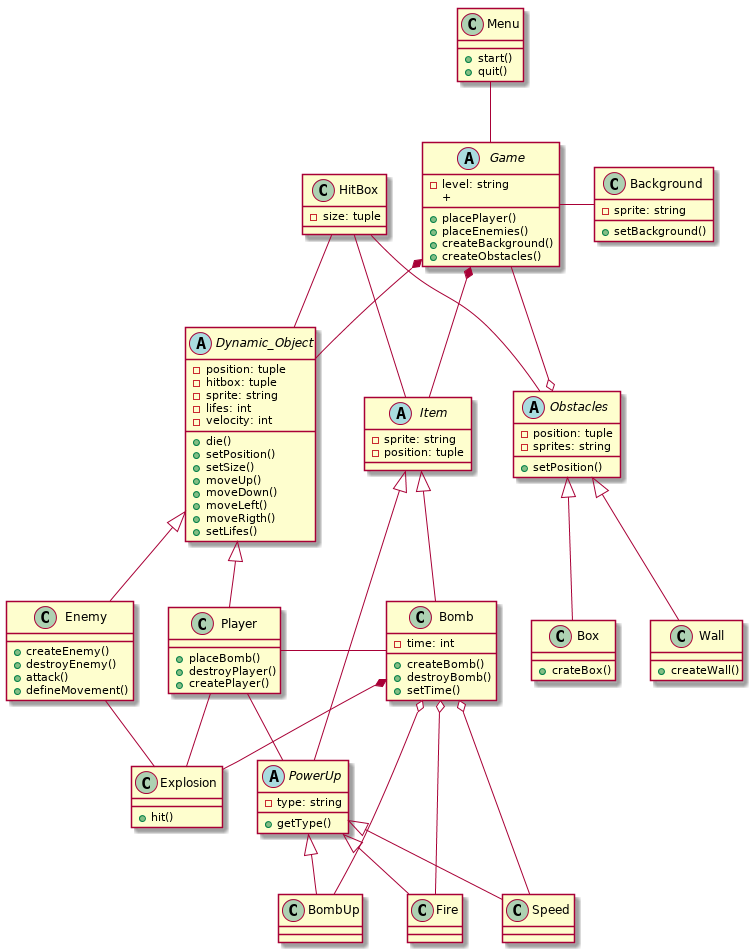
vtroitio/Bomberman keeps this PlantUML diagram as Bomberman UML/Diagrama de clases/ver1/Bomberman_UML_Clases_v.1.png. Above is the earlier version.
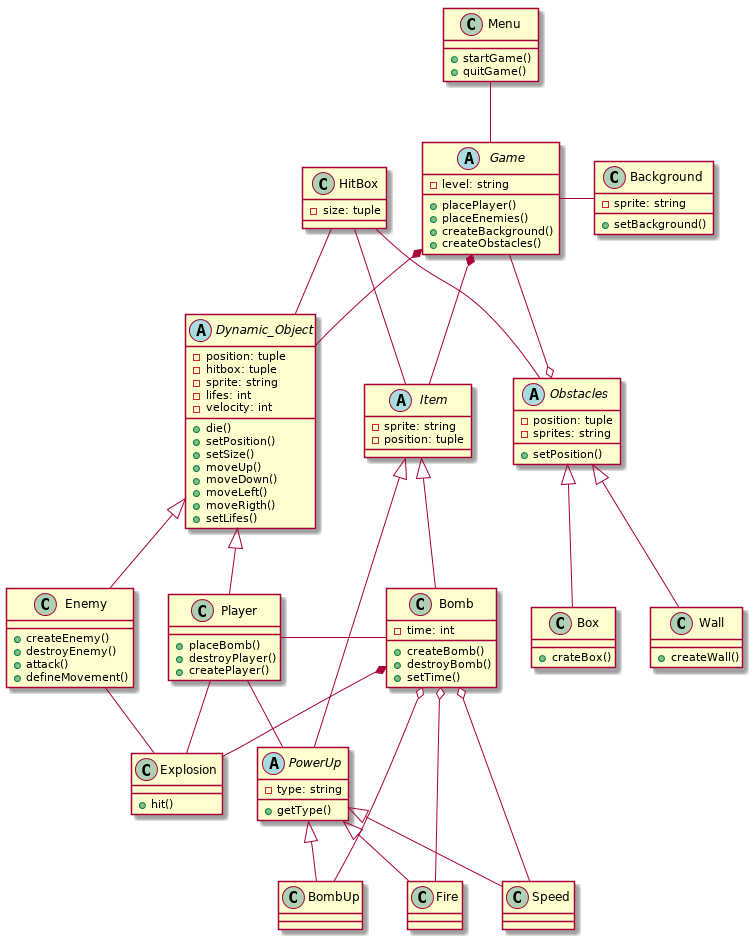
The same file after the commit.

Commit message:
Corrijo d de clases

The edit, as a diff of the source:
```diff
@@ -15,7 +15,6 @@
   +placeEnemies()
   +createBackground()
   +createObstacles()
-  +
 }
 
 abstract class Dynamic_Object{
@@ -53,8 +52,8 @@
 }
 
 class Menu{
-  +start()
-  +quit()
+  +startGame()
+  +quitGame()
 }
 
 class Bomb{
```
